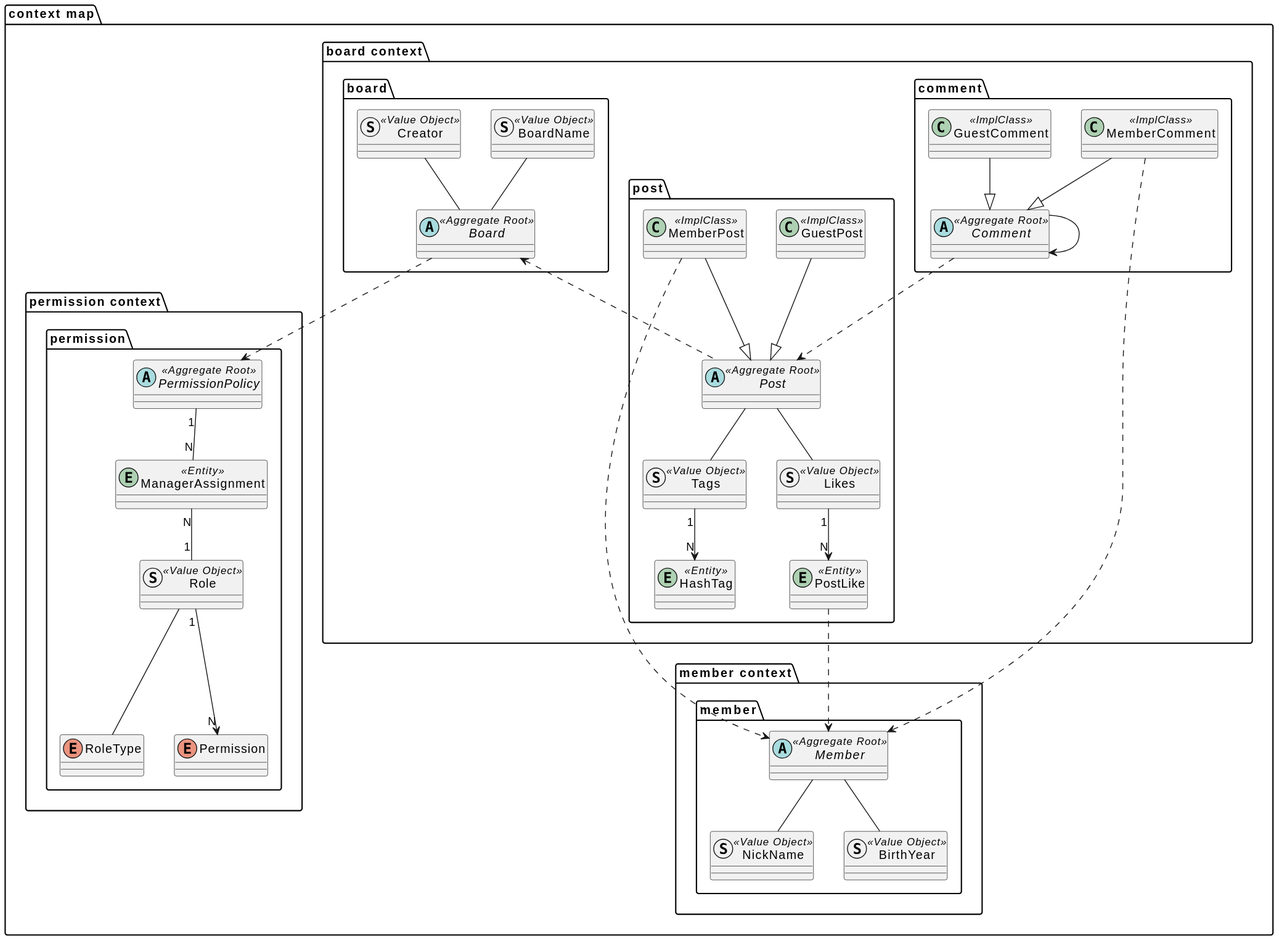
This is document/puml/domain/boundedContextMap.svg from SimpleBoardTeam/server-hyunchang, a PlantUML export, as it was before one commit. Source of this version:
```plantuml
@startuml
package "context map" {
    package "board context"{
        package "board"{
            abstract Board <<Aggregate Root>>{
            }
            struct BoardName <<Value Object>>{
            }
            struct Creator <<Value Object>>{
            }
            BoardName -- Board
            Creator -- Board
        }

        package "post"{
            abstract Post <<Aggregate Root>>{
            }
            class GuestPost <<ImplClass>>{
            }
            class MemberPost <<ImplClass>>{
            }
            entity HashTag <<Entity>>{
            }
            struct Tags <<Value Object>>{
            }
            Post -- Tags
            Tags "1" --> "N" HashTag
            entity PostLike <<Entity>>{
            }
            struct Likes <<Value Object>>{
            }
            Post -- Likes
            Likes "1" --> "N" PostLike
        }

        package "comment"{
            abstract Comment <<Aggregate Root>>{
            }
            class GuestComment <<ImplClass>>{
            }
            class MemberComment <<ImplClass>>{
            }
        }

        GuestPost --|> Post
        MemberPost --|> Post
        GuestComment --|> Comment
        MemberComment --|> Comment

    }

    package "member context"{
        package "member"{
          abstract Member <<Aggregate Root>>{
          }
          struct NickName <<Value Object>>{
          }
          struct BirthYear <<Value Object>>{
          }
          Member -- NickName
          Member -- BirthYear
        }
    }

  package "permission context" {
        package "permission" {
            abstract PermissionPolicy <<Aggregate Root>> {
            }

            entity ManagerAssignment <<Entity>> {
            }

            struct Role <<Value Object>> {
            }

            enum RoleType {
            }

            enum Permission {
            }

            Role "1" --> "N" Permission

            PermissionPolicy "1" -- "N" ManagerAssignment
            ManagerAssignment "N" -- "1" Role
            Role -- RoleType
        }
    }

    Board <.. Post

    MemberPost ..> Member
    PostLike ..> Member
    MemberComment ..> Member
    Comment ..> Post
    Comment --> Comment
    Board ..> PermissionPolicy

}
@enduml
```
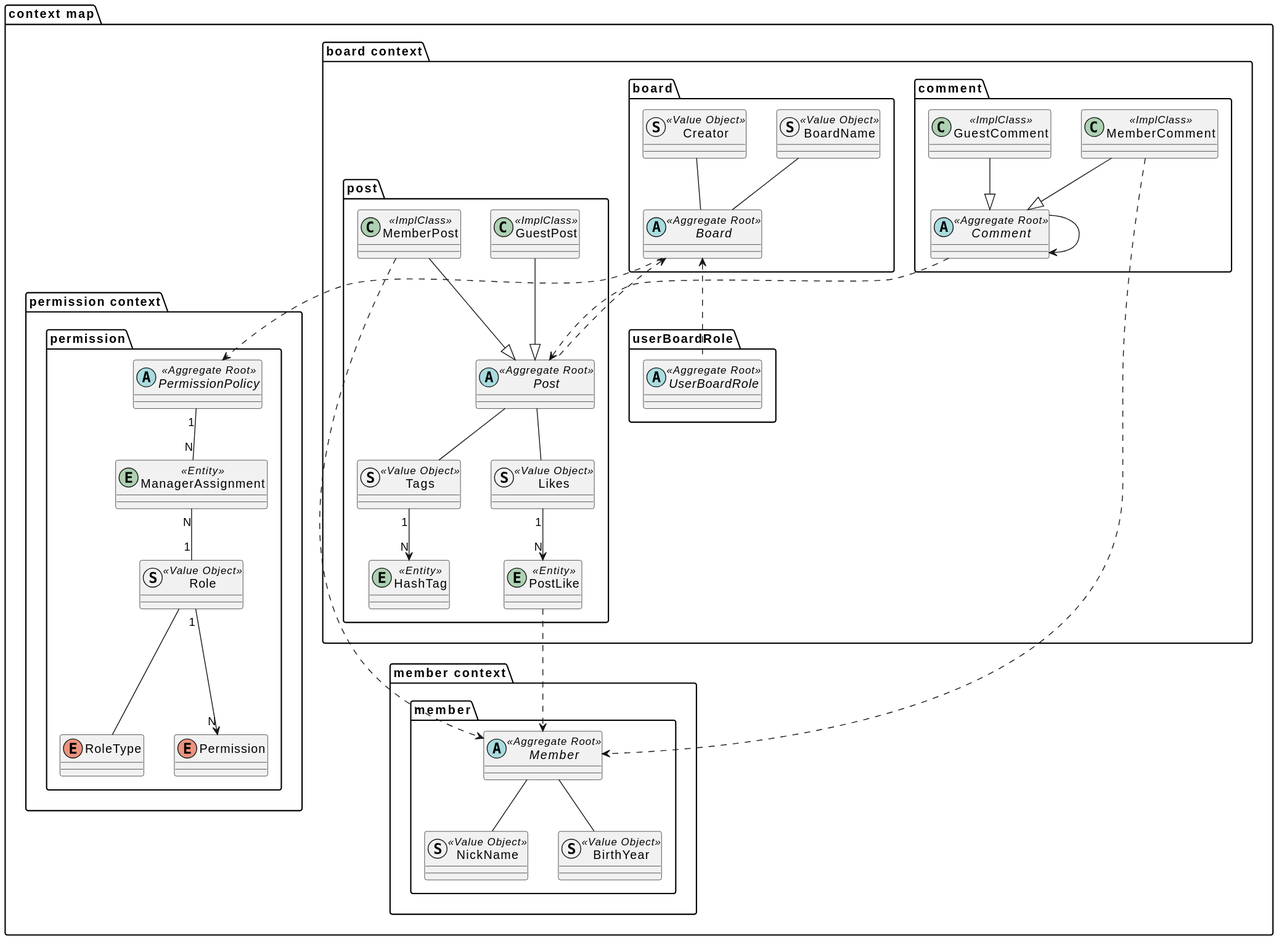
Above is the later version.

Diff of the diagram source:
```diff
@@ -39,6 +39,11 @@
             class GuestComment <<ImplClass>>{
             }
             class MemberComment <<ImplClass>>{
+            }
+        }
+
+        package "userBoardRole"{
+            abstract UserBoardRole <<Aggregate Root>>{
             }
         }
 
@@ -87,6 +92,8 @@
         }
     }
 
+
+    Board <.. UserBoardRole
     Board <.. Post
 
     MemberPost ..> Member
```
